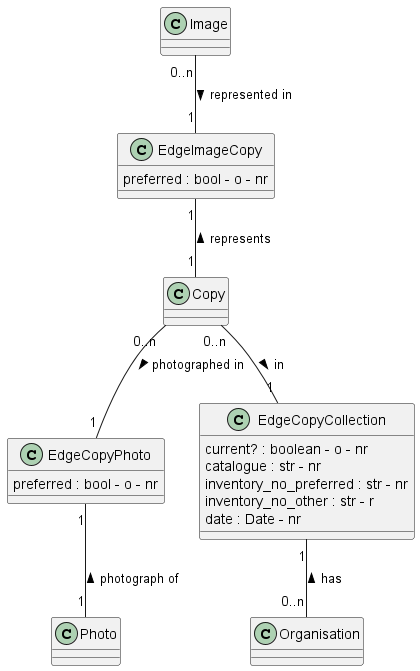
Above: documentation/class_diagrams/Copy.png in tmasch/bpf_be (PlantUML), before the change. Source of this version:
```plantuml
@startuml Copy
class Copy


class Image

class Photo

class Organisation

class EdgeImageCopy
EdgeImageCopy : preferred : bool - o - nr

class EdgeCopyPhoto
EdgeCopyPhoto : preferred : bool - o - nr

class EdgeCopyCollection
EdgeCopyCollection : current? : boolean - o - nr
EdgeCopyCollection : catalogue : str - nr
EdgeCopyCollection : inventory_no_preferred : str - nr
EdgeCopyCollection : inventory_no_other : str - r
EdgeCopyCollection : date : Date - nr


Image "0..n" -- "1" EdgeImageCopy : represented in >
EdgeImageCopy "1" -- "1" Copy : represents <

Copy "0..n"  -- "1" EdgeCopyPhoto : photographed in >
EdgeCopyPhoto "1" -- "1" Photo : photograph of <

Copy "0..n" -- "1" EdgeCopyCollection : in >
EdgeCopyCollection "1" -- "0..n" Organisation : has <


@enduml
```
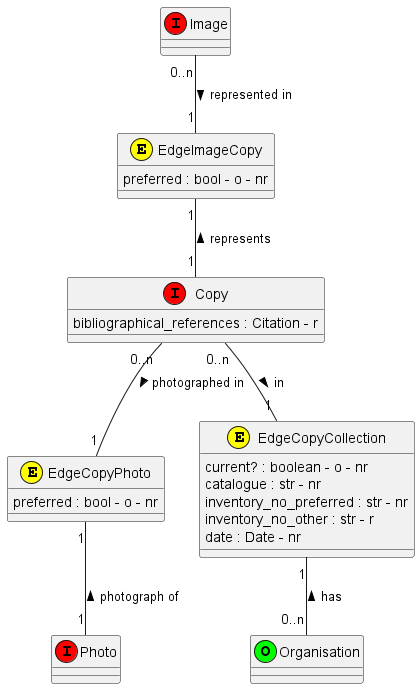
Above is the later version.

Change to the diagram source:
```diff
@@ -1,20 +1,20 @@
 @startuml Copy
-class Copy
+class Copy <<(I,red)>>
+ Copy : bibliographical_references : Citation - r
 
+class Image <<(I,red)>>
 
-class Image
+class Photo <<(I,red)>>
 
-class Photo
+class Organisation <<(O,lime)>>
 
-class Organisation
-
-class EdgeImageCopy
+class EdgeImageCopy <<(E,yellow)>>
 EdgeImageCopy : preferred : bool - o - nr
 
-class EdgeCopyPhoto
+class EdgeCopyPhoto <<(E,yellow)>>
 EdgeCopyPhoto : preferred : bool - o - nr
 
-class EdgeCopyCollection
+class EdgeCopyCollection <<(E,yellow)>>
 EdgeCopyCollection : current? : boolean - o - nr
 EdgeCopyCollection : catalogue : str - nr
 EdgeCopyCollection : inventory_no_preferred : str - nr
```
